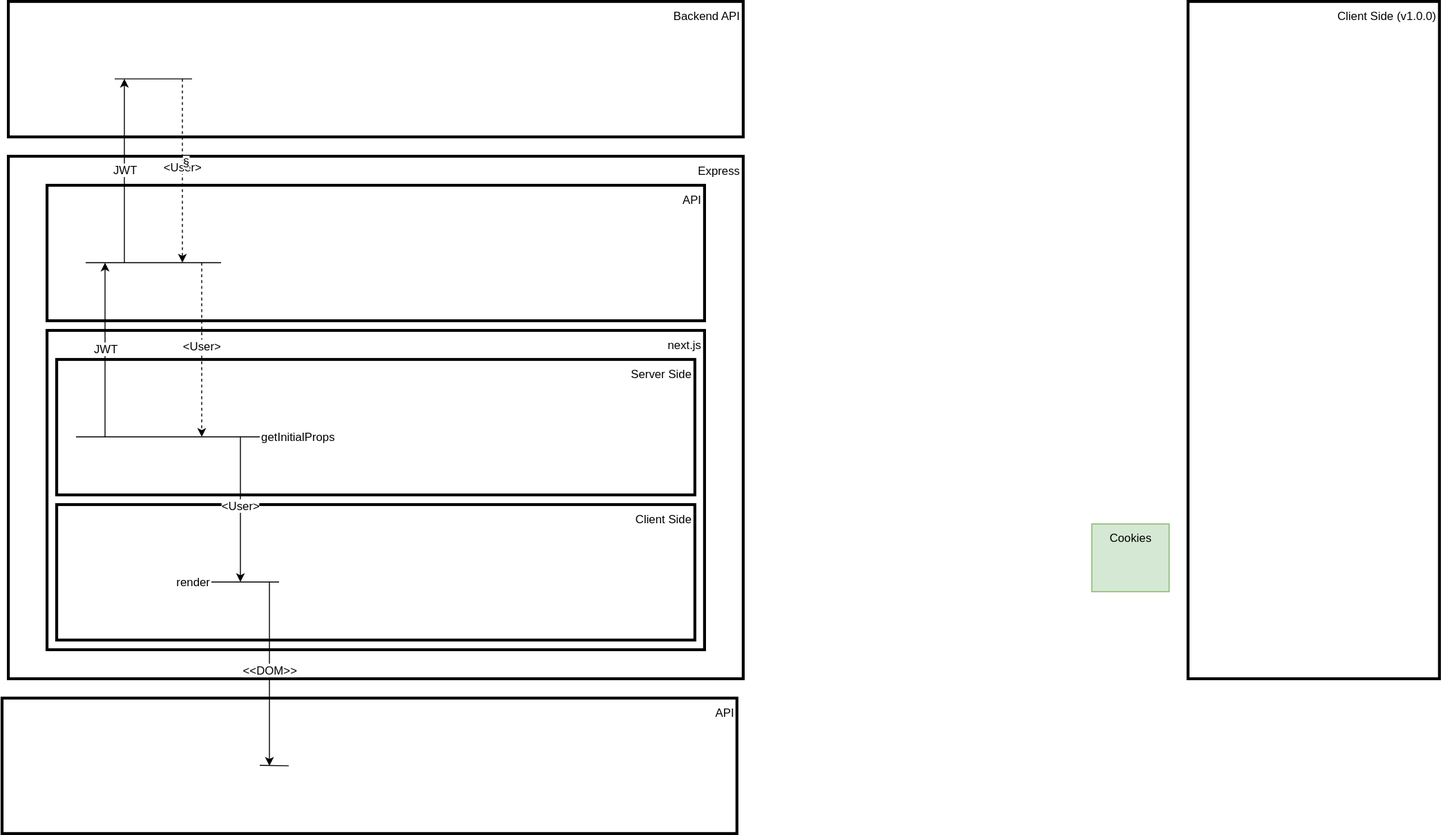
Before: aite-auth.svg, a diagram exported from draw.io (ajile/draw-io). Source tidied: cells renumbered, new cells last; positions are measured from the earlier drawing's top-left corner, leaving out a move shared by most shapes. Its diagram source:
```xml
<mxGraphModel>
  <root>
    <mxCell id="0" />
    <mxCell id="1" parent="0" />
    <mxCell id="2" value="API" style="rounded=0;whiteSpace=wrap;html=1;align=right;verticalAlign=top;strokeWidth=3;" parent="1" vertex="1">
      <mxGeometry x="-0.5" y="720" width="760" height="140" as="geometry" />
    </mxCell>
    <mxCell id="3" value="Express" style="rounded=0;whiteSpace=wrap;html=1;align=right;verticalAlign=top;strokeWidth=3;" parent="1" vertex="1">
      <mxGeometry x="6" y="160" width="760" height="540" as="geometry" />
    </mxCell>
    <mxCell id="4" value="next.js" style="rounded=0;whiteSpace=wrap;html=1;align=right;verticalAlign=top;strokeWidth=3;" parent="1" vertex="1">
      <mxGeometry x="46" y="340" width="680" height="330" as="geometry" />
    </mxCell>
    <mxCell id="5" value="Server Side" style="rounded=0;whiteSpace=wrap;html=1;align=right;verticalAlign=top;strokeWidth=3;" parent="1" vertex="1">
      <mxGeometry x="56" y="370" width="660" height="140" as="geometry" />
    </mxCell>
    <mxCell id="6" value="API" style="rounded=0;whiteSpace=wrap;html=1;align=right;verticalAlign=top;strokeWidth=3;" parent="1" vertex="1">
      <mxGeometry x="46" y="190" width="680" height="140" as="geometry" />
    </mxCell>
    <mxCell id="7" value="Backend API" style="rounded=0;whiteSpace=wrap;html=1;align=right;verticalAlign=top;strokeWidth=3;" parent="1" vertex="1">
      <mxGeometry x="6" width="760" height="140" as="geometry" />
    </mxCell>
    <mxCell id="8" value="Client Side (v1.0.0)" style="rounded=0;whiteSpace=wrap;html=1;align=right;verticalAlign=top;strokeWidth=3;" parent="1" vertex="1">
      <mxGeometry x="1226" width="260" height="700" as="geometry" />
    </mxCell>
    <mxCell id="9" value="Cookies" style="rounded=0;whiteSpace=wrap;html=1;align=center;verticalAlign=top;strokeWidth=1;fillColor=#d5e8d4;strokeColor=#82b366;" parent="1" vertex="1">
      <mxGeometry x="1126.5" y="540" width="80" height="70" as="geometry" />
    </mxCell>
    <mxCell id="10" value="Client Side" style="rounded=0;whiteSpace=wrap;html=1;align=right;verticalAlign=top;strokeWidth=3;" parent="1" vertex="1">
      <mxGeometry x="56" y="520" width="660" height="140" as="geometry" />
    </mxCell>
    <mxCell id="11" value="Untitled Layer" parent="0" />
    <mxCell id="12" style="endArrow=none;html=1;" parent="11" edge="1">
      <mxGeometry relative="1" as="geometry">
        <mxPoint x="76" y="450" as="sourcePoint" />
        <mxPoint x="266" y="450" as="targetPoint" />
      </mxGeometry>
    </mxCell>
    <mxCell id="13" style="endArrow=none;html=1;" parent="11" edge="1">
      <mxGeometry relative="1" as="geometry">
        <mxPoint x="86" y="270" as="sourcePoint" />
        <mxPoint x="226" y="270" as="targetPoint" />
      </mxGeometry>
    </mxCell>
    <mxCell id="14" style="endArrow=classic;html=1;" parent="11" edge="1">
      <mxGeometry relative="1" as="geometry">
        <mxPoint x="106" y="450" as="sourcePoint" />
        <mxPoint x="106" y="270" as="targetPoint" />
      </mxGeometry>
    </mxCell>
    <mxCell id="15" value="JWT" style="text;html=1;align=center;verticalAlign=middle;labelBackgroundColor=#ffffff;" parent="14" vertex="1">
      <mxGeometry x="0.03" y="-1" relative="1" as="geometry" />
    </mxCell>
    <mxCell id="16" style="endArrow=classic;html=1;" parent="11" edge="1">
      <mxGeometry relative="1" as="geometry">
        <mxPoint x="126" y="270" as="sourcePoint" />
        <mxPoint x="126" y="80" as="targetPoint" />
      </mxGeometry>
    </mxCell>
    <mxCell id="17" value="JWT" style="text;html=1;align=center;verticalAlign=middle;labelBackgroundColor=#ffffff;" parent="16" vertex="1">
      <mxGeometry x="0.03" y="-1" relative="1" as="geometry" />
    </mxCell>
    <mxCell id="18" style="endArrow=none;html=1;" parent="11" edge="1">
      <mxGeometry relative="1" as="geometry">
        <mxPoint x="116" y="80" as="sourcePoint" />
        <mxPoint x="196" y="80" as="targetPoint" />
      </mxGeometry>
    </mxCell>
    <mxCell id="19" style="endArrow=classic;html=1;dashed=1;" parent="11" edge="1">
      <mxGeometry relative="1" as="geometry">
        <mxPoint x="186" y="80" as="sourcePoint" />
        <mxPoint x="186" y="270" as="targetPoint" />
      </mxGeometry>
    </mxCell>
    <mxCell id="20" value="&amp;lt;User&amp;gt;" style="text;html=1;align=center;verticalAlign=middle;labelBackgroundColor=#ffffff;" parent="19" vertex="1">
      <mxGeometry x="0.03" y="-1" relative="1" as="geometry">
        <mxPoint x="1" y="-7" as="offset" />
      </mxGeometry>
    </mxCell>
    <mxCell id="21" value="§" style="text;html=1;align=center;verticalAlign=middle;labelBackgroundColor=#ffffff;" parent="19" vertex="1">
      <mxGeometry x="-0.11" y="4" relative="1" as="geometry" />
    </mxCell>
    <mxCell id="22" style="endArrow=classic;html=1;dashed=1;" parent="11" edge="1">
      <mxGeometry relative="1" as="geometry">
        <mxPoint x="206" y="270" as="sourcePoint" />
        <mxPoint x="206" y="450" as="targetPoint" />
      </mxGeometry>
    </mxCell>
    <mxCell id="23" value="&amp;lt;User&amp;gt;" style="text;html=1;align=center;verticalAlign=middle;labelBackgroundColor=#ffffff;" parent="22" vertex="1">
      <mxGeometry x="0.03" y="-1" relative="1" as="geometry">
        <mxPoint x="1" y="-7" as="offset" />
      </mxGeometry>
    </mxCell>
    <mxCell id="24" style="endArrow=classic;html=1;" parent="11" edge="1">
      <mxGeometry relative="1" as="geometry">
        <mxPoint x="246" y="450" as="sourcePoint" />
        <mxPoint x="246" y="600" as="targetPoint" />
      </mxGeometry>
    </mxCell>
    <mxCell id="25" value="&amp;lt;User&amp;gt;" style="text;html=1;align=center;verticalAlign=middle;labelBackgroundColor=#ffffff;" parent="24" vertex="1">
      <mxGeometry x="0.03" y="-1" relative="1" as="geometry">
        <mxPoint x="1" y="-7" as="offset" />
      </mxGeometry>
    </mxCell>
    <mxCell id="26" style="endArrow=none;html=1;endFill=0;" parent="11" edge="1">
      <mxGeometry relative="1" as="geometry">
        <mxPoint x="216" y="600" as="sourcePoint" />
        <mxPoint x="286" y="600" as="targetPoint" />
      </mxGeometry>
    </mxCell>
    <mxCell id="27" value="getInitialProps" style="text;html=1;strokeColor=none;fillColor=none;align=left;verticalAlign=middle;whiteSpace=wrap;rounded=0;" parent="11" vertex="1">
      <mxGeometry x="266" y="440" width="90" height="20" as="geometry" />
    </mxCell>
    <mxCell id="28" value="&lt;div style=&quot;text-align: right&quot;&gt;&lt;span&gt;render&lt;/span&gt;&lt;/div&gt;" style="text;html=1;strokeColor=none;fillColor=none;align=right;verticalAlign=middle;whiteSpace=wrap;rounded=0;" parent="11" vertex="1">
      <mxGeometry x="176" y="590" width="40" height="20" as="geometry" />
    </mxCell>
    <mxCell id="29" style="endArrow=classic;html=1;" parent="11" edge="1">
      <mxGeometry relative="1" as="geometry">
        <mxPoint x="276" y="600" as="sourcePoint" />
        <mxPoint x="276" y="790" as="targetPoint" />
      </mxGeometry>
    </mxCell>
    <mxCell id="30" value="&amp;lt;&amp;lt;DOM&amp;gt;&amp;gt;" style="text;html=1;align=center;verticalAlign=middle;labelBackgroundColor=#ffffff;" parent="29" vertex="1">
      <mxGeometry x="0.03" y="-1" relative="1" as="geometry">
        <mxPoint x="1" y="-7" as="offset" />
      </mxGeometry>
    </mxCell>
    <mxCell id="31" style="endArrow=none;html=1;strokeWidth=1;" parent="11" edge="1">
      <mxGeometry relative="1" as="geometry">
        <mxPoint x="266" y="789.5" as="sourcePoint" />
        <mxPoint x="296" y="790" as="targetPoint" />
      </mxGeometry>
    </mxCell>
  </root>
</mxGraphModel>
```
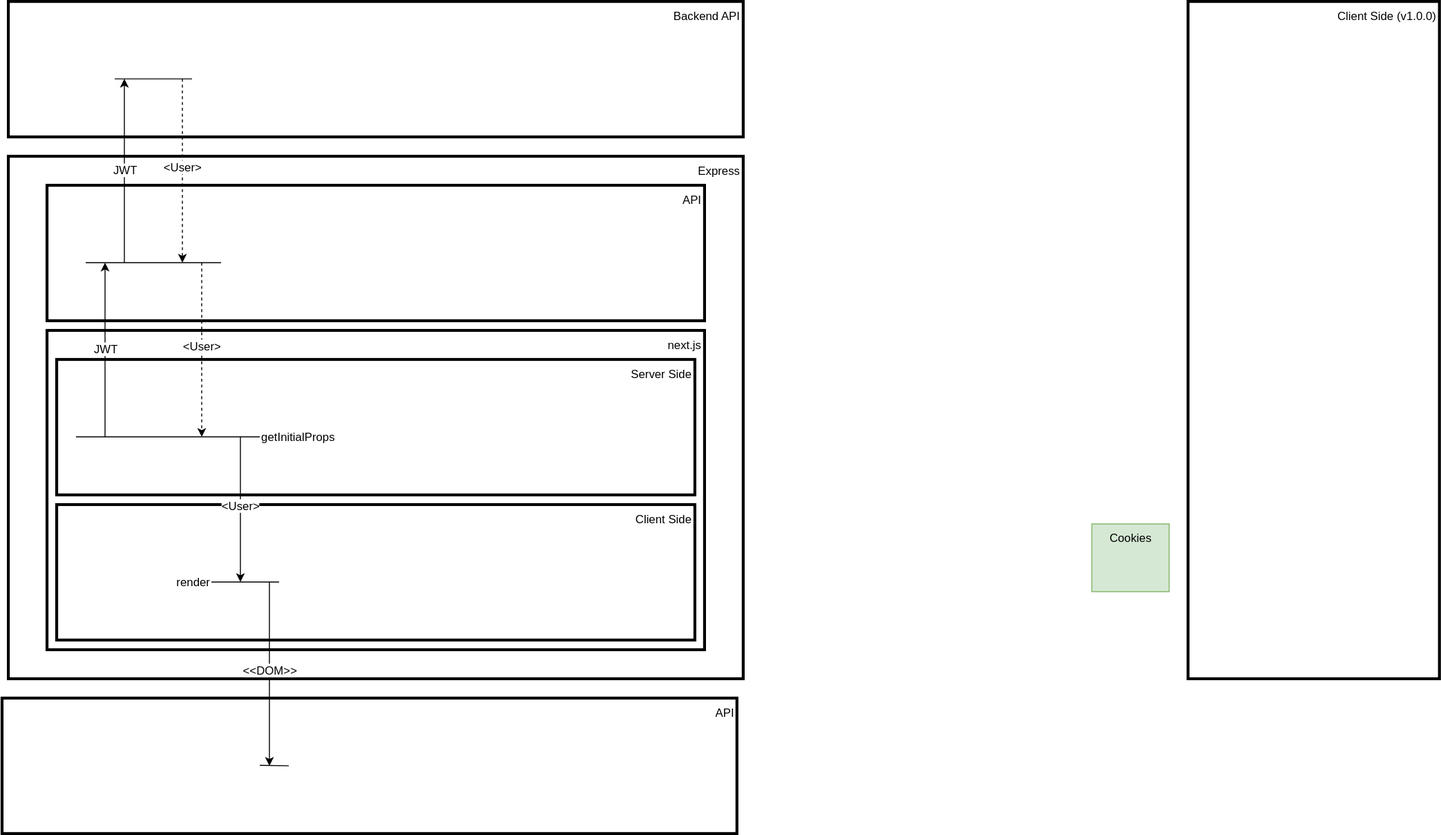
The same diagram one commit later.

Change to the diagram source:
```diff
@@ -77,9 +77,6 @@
         <mxPoint x="1" y="-7" as="offset" />
       </mxGeometry>
     </mxCell>
-    <mxCell id="21" value="§" style="text;html=1;align=center;verticalAlign=middle;labelBackgroundColor=#ffffff;" parent="19" vertex="1">
-      <mxGeometry x="-0.11" y="4" relative="1" as="geometry" />
-    </mxCell>
     <mxCell id="22" style="endArrow=classic;html=1;dashed=1;" parent="11" edge="1">
       <mxGeometry relative="1" as="geometry">
         <mxPoint x="206" y="270" as="sourcePoint" />
```
